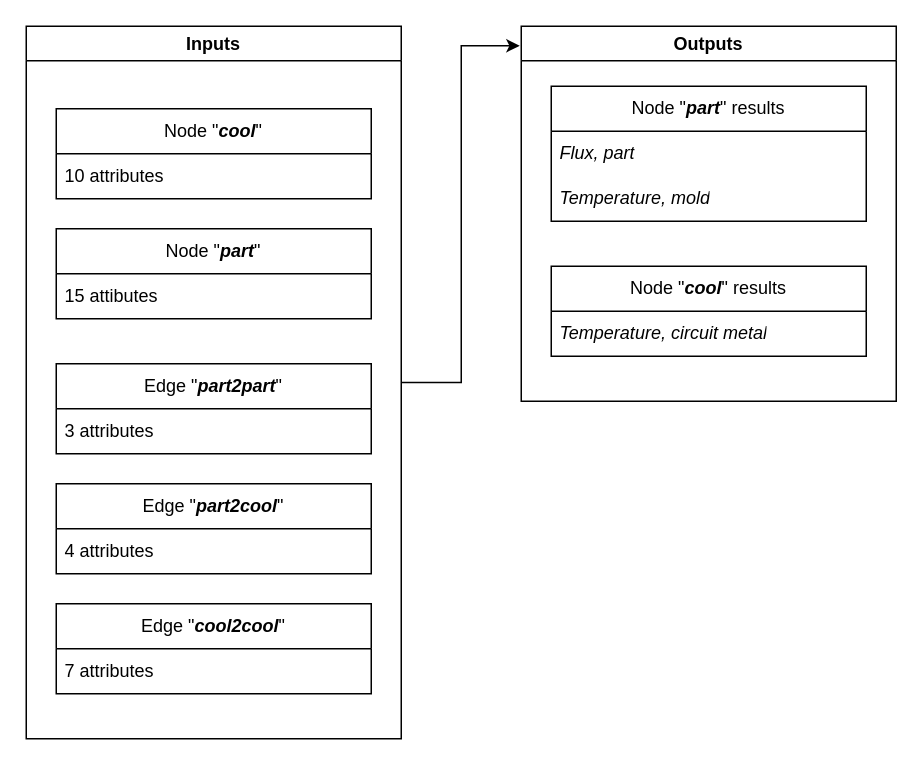
bobkatla/PythonTesting keeps this draw.io diagram as testing/autodesk_quick.drawio. Above is the earlier version. Source tidied: cells renumbered, new cells numbered last; positions are measured from the earlier drawing's top-left corner, leaving out a move shared by most shapes. Both pictures are drawn from the tidied source at 150%, with x=0, y=0 at pixel (26, 26).
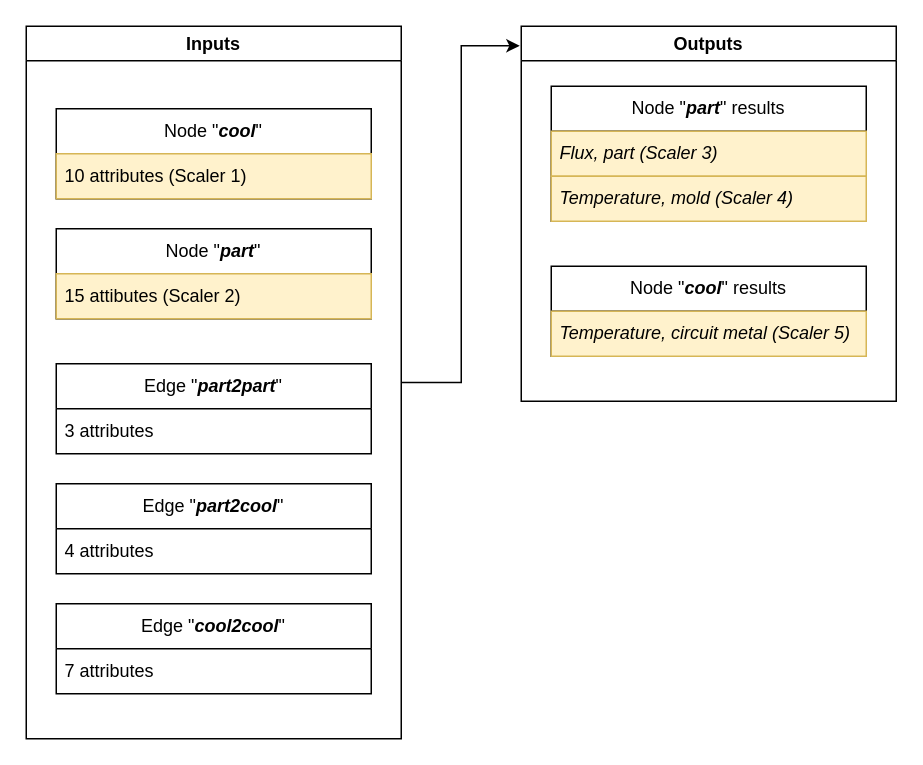
The same page after the edit.

The edit, as a diff of the source:
```diff
@@
 <mxGraphModel>
   <root>
     <mxCell id="0" />
     <mxCell id="1" parent="0" />
     <mxCell id="2" value="Node &quot;&lt;b&gt;&lt;i&gt;cool&lt;/i&gt;&lt;/b&gt;&quot;" style="swimlane;fontStyle=0;horizontal=1;startSize=30;whiteSpace=wrap;html=1;" parent="1" vertex="1">
       <mxGeometry x="20" y="55" width="210" height="60" as="geometry" />
     </mxCell>
-    <mxCell id="3" value="10 attributes" style="text;strokeColor=none;fillColor=none;align=left;verticalAlign=middle;spacingLeft=4;spacingRight=4;overflow=hidden;whiteSpace=wrap;html=1;" parent="2" vertex="1">
+    <mxCell id="3" value="10 attributes (Scaler 1)" style="text;strokeColor=#d6b656;fillColor=#fff2cc;align=left;verticalAlign=middle;spacingLeft=4;spacingRight=4;overflow=hidden;whiteSpace=wrap;html=1;" parent="2" vertex="1">
       <mxGeometry y="30" width="210" height="30" as="geometry" />
     </mxCell>
     <mxCell id="4" value="Node &quot;&lt;b&gt;&lt;i&gt;part&lt;/i&gt;&lt;/b&gt;&quot;" style="swimlane;fontStyle=0;horizontal=1;startSize=30;whiteSpace=wrap;html=1;" parent="1" vertex="1">
       <mxGeometry x="20" y="135" width="210" height="60" as="geometry" />
     </mxCell>
-    <mxCell id="5" value="15 attibutes" style="text;strokeColor=none;fillColor=none;align=left;verticalAlign=middle;spacingLeft=4;spacingRight=4;overflow=hidden;whiteSpace=wrap;html=1;" parent="4" vertex="1">
+    <mxCell id="5" value="15 attibutes (Scaler 2)" style="text;strokeColor=#d6b656;fillColor=#fff2cc;align=left;verticalAlign=middle;spacingLeft=4;spacingRight=4;overflow=hidden;whiteSpace=wrap;html=1;" parent="4" vertex="1">
       <mxGeometry y="30" width="210" height="30" as="geometry" />
     </mxCell>
     <mxCell id="6" value="Edge &quot;&lt;b&gt;&lt;i&gt;part2part&lt;/i&gt;&lt;/b&gt;&quot;" style="swimlane;fontStyle=0;horizontal=1;startSize=30;whiteSpace=wrap;html=1;" parent="1" vertex="1">
       <mxGeometry x="20" y="225" width="210" height="60" as="geometry" />
     </mxCell>
     <mxCell id="7" value="3 attributes" style="text;strokeColor=none;fillColor=none;align=left;verticalAlign=middle;spacingLeft=4;spacingRight=4;overflow=hidden;whiteSpace=wrap;html=1;" parent="6" vertex="1">
       <mxGeometry y="30" width="210" height="30" as="geometry" />
     </mxCell>
     <mxCell id="8" value="Node &quot;&lt;b&gt;&lt;i&gt;cool&lt;/i&gt;&lt;/b&gt;&quot; results" style="swimlane;fontStyle=0;horizontal=1;startSize=30;whiteSpace=wrap;html=1;" parent="1" vertex="1">
       <mxGeometry x="350" y="160" width="210" height="60" as="geometry" />
     </mxCell>
-    <mxCell id="9" value="&lt;i&gt;Temperature, circuit metal&lt;/i&gt;" style="text;strokeColor=none;fillColor=none;align=left;verticalAlign=middle;spacingLeft=4;spacingRight=4;overflow=hidden;whiteSpace=wrap;html=1;" parent="8" vertex="1">
+    <mxCell id="9" value="&lt;i&gt;Temperature, circuit metal (Scaler 5)&lt;/i&gt;" style="text;strokeColor=#d6b656;fillColor=#fff2cc;align=left;verticalAlign=middle;spacingLeft=4;spacingRight=4;overflow=hidden;whiteSpace=wrap;html=1;" parent="8" vertex="1">
       <mxGeometry y="30" width="210" height="30" as="geometry" />
     </mxCell>
     <mxCell id="10" value="Node &quot;&lt;b&gt;&lt;i&gt;part&lt;/i&gt;&lt;/b&gt;&quot; results" style="swimlane;fontStyle=0;horizontal=1;startSize=30;whiteSpace=wrap;html=1;" parent="1" vertex="1">
       <mxGeometry x="350" y="40" width="210" height="90" as="geometry" />
     </mxCell>
-    <mxCell id="11" value="&lt;i&gt;Flux, part&lt;/i&gt;" style="text;strokeColor=none;fillColor=none;align=left;verticalAlign=middle;spacingLeft=4;spacingRight=4;overflow=hidden;whiteSpace=wrap;html=1;" parent="10" vertex="1">
+    <mxCell id="11" value="&lt;i&gt;Flux, part (Scaler 3)&lt;/i&gt;" style="text;strokeColor=#d6b656;fillColor=#fff2cc;align=left;verticalAlign=middle;spacingLeft=4;spacingRight=4;overflow=hidden;whiteSpace=wrap;html=1;" parent="10" vertex="1">
       <mxGeometry y="30" width="210" height="30" as="geometry" />
     </mxCell>
-    <mxCell id="12" value="&lt;i&gt;Temperature, mold&lt;/i&gt;" style="text;strokeColor=none;fillColor=none;align=left;verticalAlign=middle;spacingLeft=4;spacingRight=4;overflow=hidden;whiteSpace=wrap;html=1;" parent="10" vertex="1">
+    <mxCell id="12" value="&lt;i&gt;Temperature, mold (Scaler 4)&lt;/i&gt;" style="text;strokeColor=#d6b656;fillColor=#fff2cc;align=left;verticalAlign=middle;spacingLeft=4;spacingRight=4;overflow=hidden;whiteSpace=wrap;html=1;" parent="10" vertex="1">
       <mxGeometry y="60" width="210" height="30" as="geometry" />
     </mxCell>
     <mxCell id="13" value="Edge &quot;&lt;b&gt;&lt;i&gt;part2cool&lt;/i&gt;&lt;/b&gt;&quot;" style="swimlane;fontStyle=0;horizontal=1;startSize=30;whiteSpace=wrap;html=1;" parent="1" vertex="1">
       <mxGeometry x="20" y="305" width="210" height="60" as="geometry" />
     </mxCell>
     <mxCell id="14" value="4 attributes" style="text;strokeColor=none;fillColor=none;align=left;verticalAlign=middle;spacingLeft=4;spacingRight=4;overflow=hidden;whiteSpace=wrap;html=1;" parent="13" vertex="1">
       <mxGeometry y="30" width="210" height="30" as="geometry" />
     </mxCell>
     <mxCell id="15" value="Edge &quot;&lt;b&gt;&lt;i&gt;cool2cool&lt;/i&gt;&lt;/b&gt;&quot;" style="swimlane;fontStyle=0;horizontal=1;startSize=30;whiteSpace=wrap;html=1;" parent="1" vertex="1">
       <mxGeometry x="20" y="385" width="210" height="60" as="geometry" />
     </mxCell>
     <mxCell id="16" value="7 attributes" style="text;strokeColor=none;fillColor=none;align=left;verticalAlign=middle;spacingLeft=4;spacingRight=4;overflow=hidden;whiteSpace=wrap;html=1;" parent="15" vertex="1">
       <mxGeometry y="30" width="210" height="30" as="geometry" />
     </mxCell>
     <mxCell id="17" value="Inputs" style="swimlane;whiteSpace=wrap;html=1;" parent="1" vertex="1">
       <mxGeometry width="250" height="475" as="geometry" />
     </mxCell>
     <mxCell id="18" value="Outputs" style="swimlane;whiteSpace=wrap;html=1;" parent="1" vertex="1">
       <mxGeometry x="330" width="250" height="250" as="geometry" />
     </mxCell>
     <mxCell id="19" style="edgeStyle=orthogonalEdgeStyle;rounded=0;jettySize=auto;html=1;entryX=-0.004;entryY=0.052;entryDx=0;entryDy=0;entryPerimeter=0;" parent="1" edge="1" source="17" target="18">
       <mxGeometry relative="1" as="geometry" />
     </mxCell>
   </root>
 </mxGraphModel>
```
